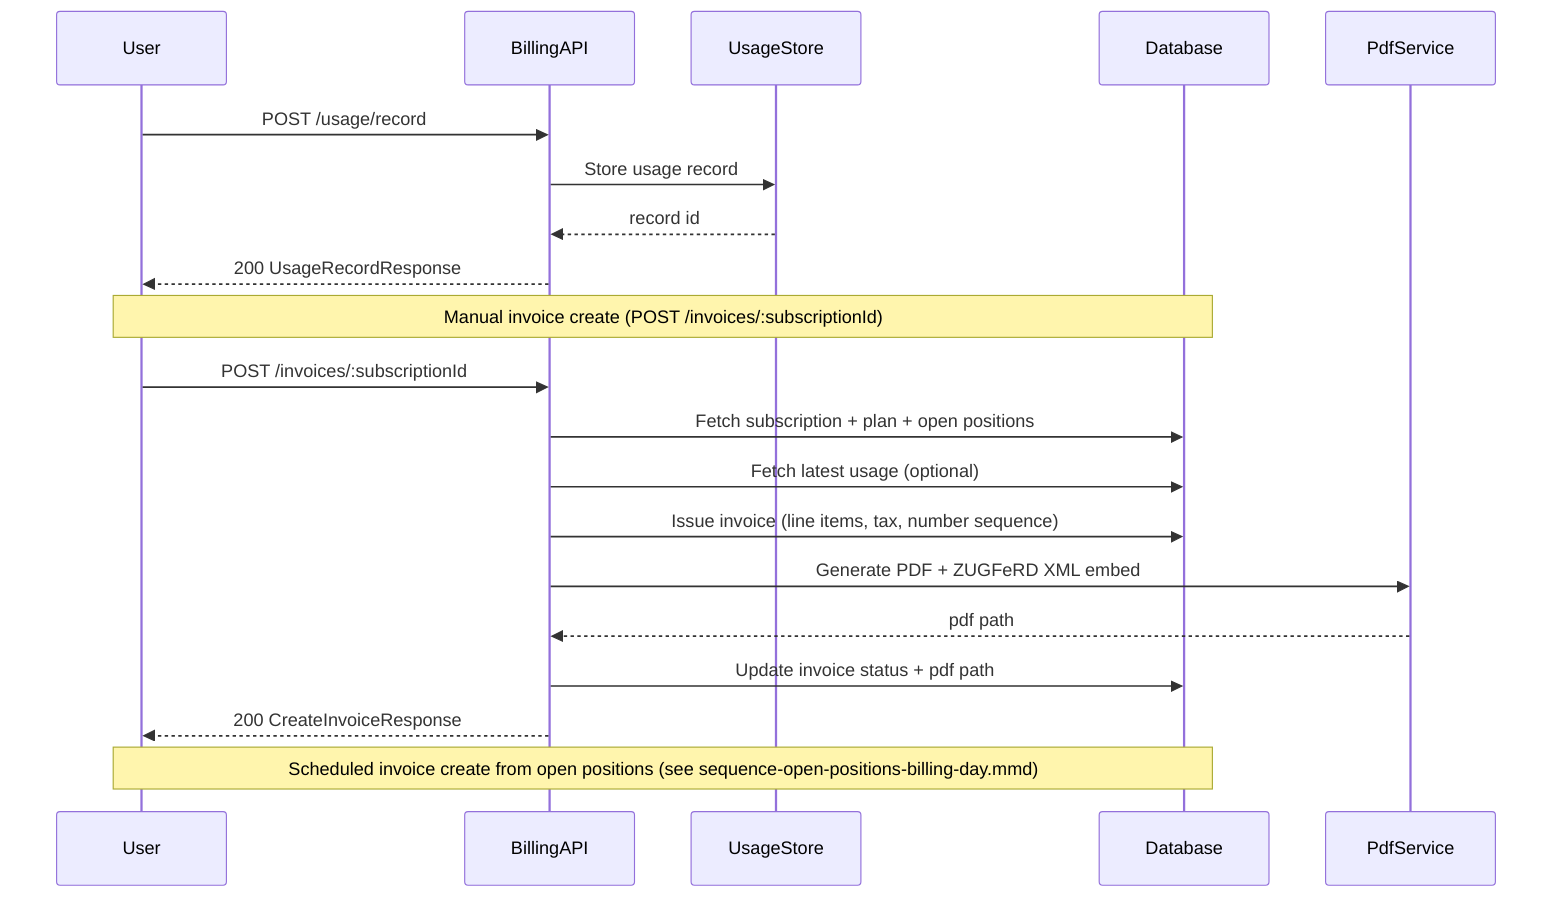
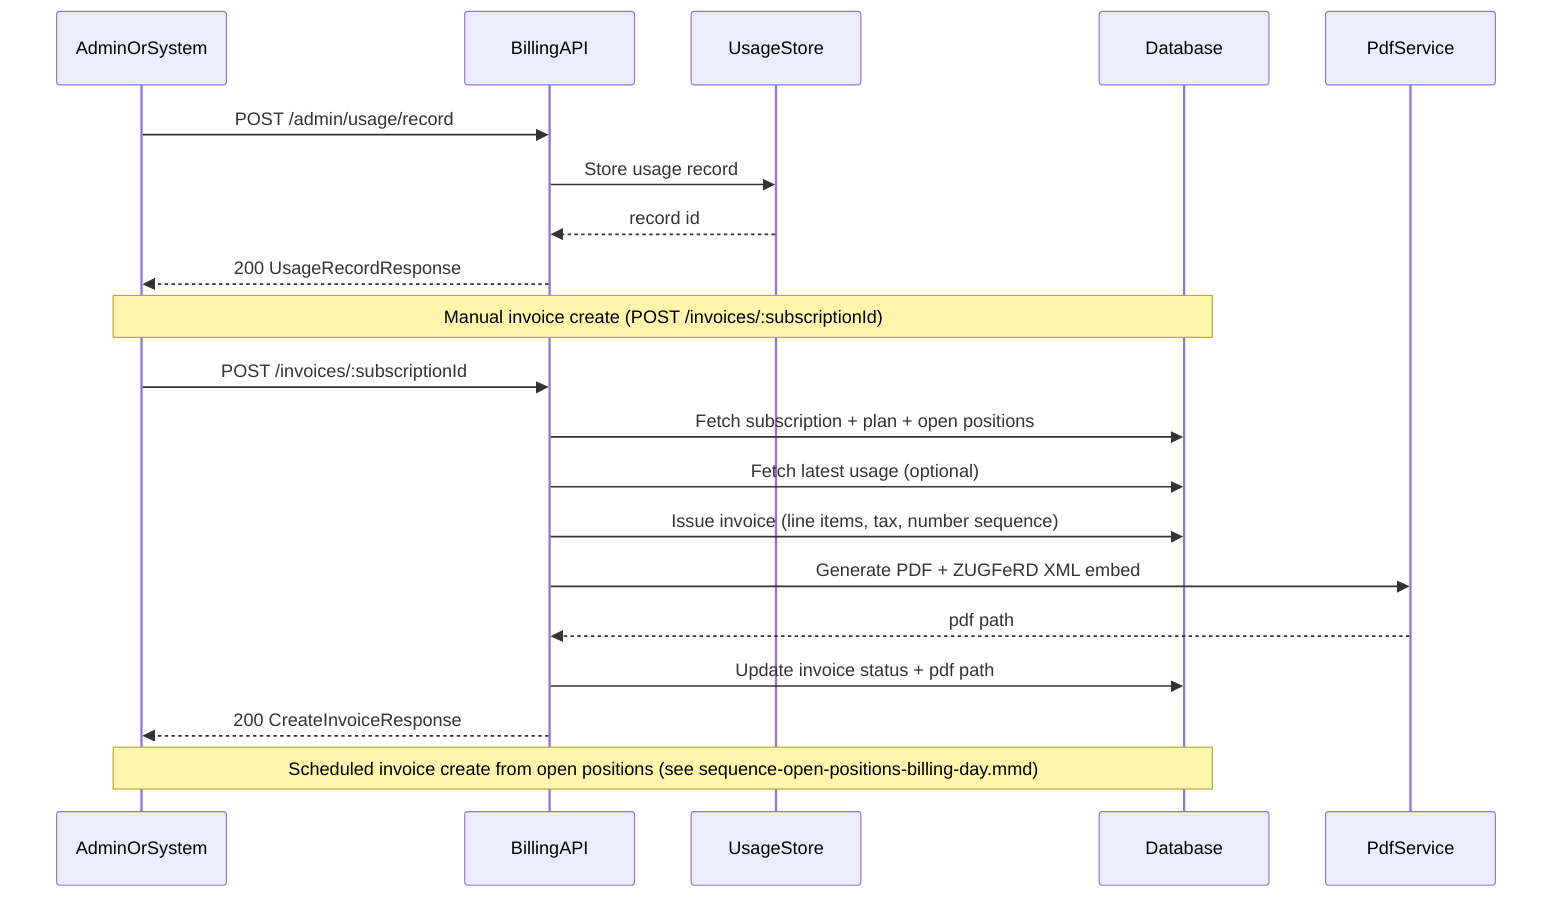
sequenceDiagram
-     participant User
+     participant AdminOrSystem
    participant BillingAPI
    participant UsageStore
    participant Database
    participant PdfService

-     User->>BillingAPI: POST /usage/record
+     AdminOrSystem->>BillingAPI: POST /admin/usage/record
    BillingAPI->>UsageStore: Store usage record
    UsageStore-->>BillingAPI: record id
-     BillingAPI-->>User: 200 UsageRecordResponse
+     BillingAPI-->>AdminOrSystem: 200 UsageRecordResponse

-     Note over User,Database: Manual invoice create (POST /invoices/:subscriptionId)
-     User->>BillingAPI: POST /invoices/:subscriptionId
+     Note over AdminOrSystem,Database: Manual invoice create (POST /invoices/:subscriptionId)
+     AdminOrSystem->>BillingAPI: POST /invoices/:subscriptionId
    BillingAPI->>Database: Fetch subscription + plan + open positions
    BillingAPI->>Database: Fetch latest usage (optional)
    BillingAPI->>Database: Issue invoice (line items, tax, number sequence)
    BillingAPI->>PdfService: Generate PDF + ZUGFeRD XML embed
    PdfService-->>BillingAPI: pdf path
    BillingAPI->>Database: Update invoice status + pdf path
-     BillingAPI-->>User: 200 CreateInvoiceResponse
+     BillingAPI-->>AdminOrSystem: 200 CreateInvoiceResponse

-     Note over User,Database: Scheduled invoice create from open positions (see sequence-open-positions-billing-day.mmd)
+     Note over AdminOrSystem,Database: Scheduled invoice create from open positions (see sequence-open-positions-billing-day.mmd)
